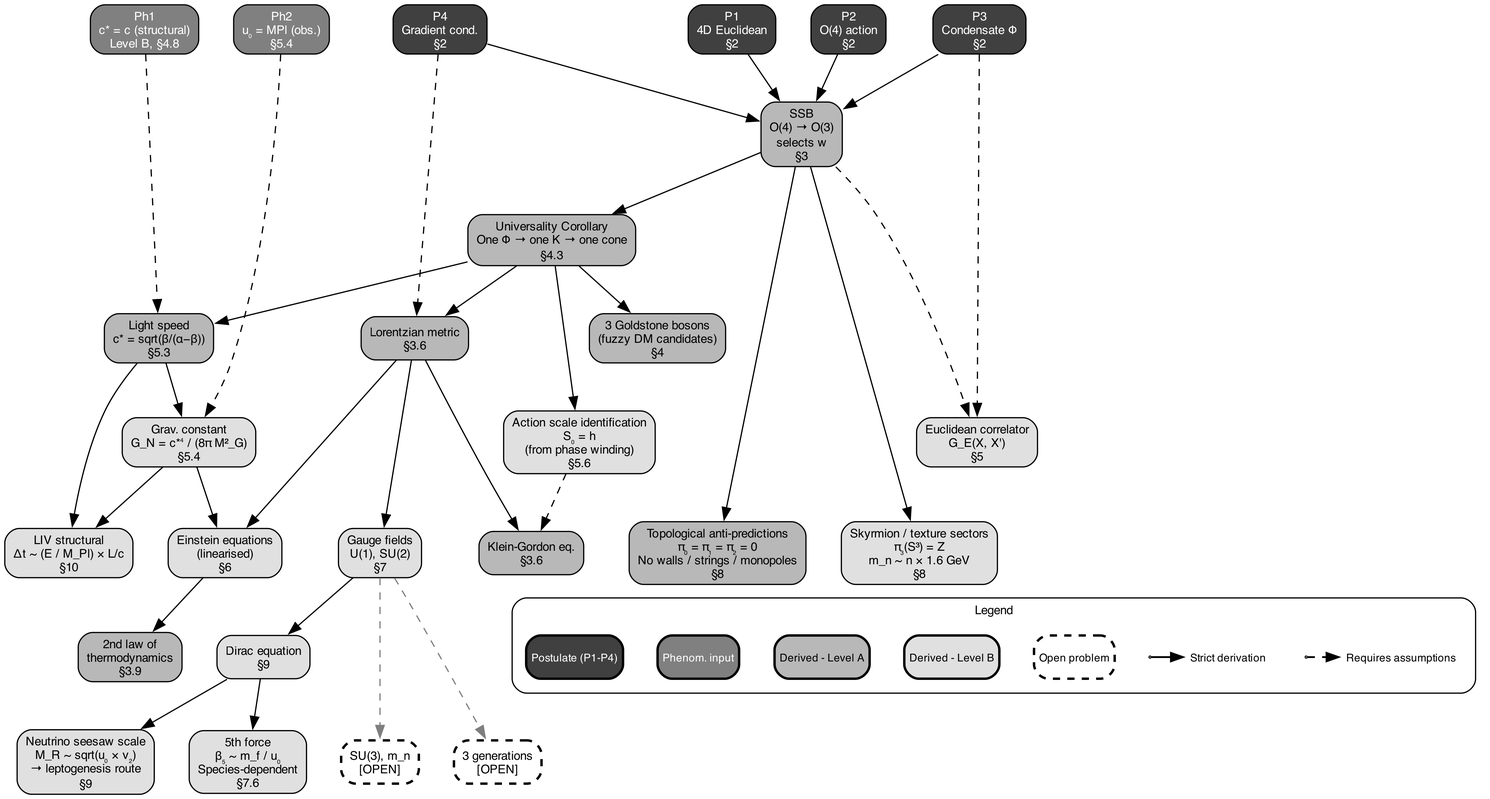
This is figures/fig_partI_derivation_logic.png from chufelo/ECT-preprint-code, a Graphviz export, as it was before one commit. Its source is kept beside it as fig_partI_derivation_logic.gv. The source it was exported from:
```dot
digraph PartI {
  rankdir=TB;
  fontname="Helvetica";
  node [fontname="Helvetica", fontsize=10, shape=box, style="rounded,filled", margin="0.10,0.05"];
  edge [fontname="Helvetica", fontsize=8];
  newrank=true;
  splines=true;
  nodesep=0.40;
  ranksep=0.55;

  node [fillcolor="#404040", fontcolor=white];
  P1 [label="P1\n4D Euclidean\n§2"];
  P2 [label="P2\nO(4) action\n§2"];
  P3 [label="P3\nCondensate Φ\n§2"];
  P4 [label="P4\nGradient cond.\n§2"];

  node [fillcolor="#808080", fontcolor=white];
  Ph2 [label="Ph2\nu₀ = MPl (obs.)\n§5.4"];
  Ph1 [label="Ph1\nc* = c (structural)\nLevel B, §4.8"];

  node [fillcolor="#b8b8b8", fontcolor=black];
  SSB [label="SSB\nO(4) → O(3)\nselects w\n§3"];
  UC [label="Universality Corollary\nOne Φ → one K → one cone\n§4.3"];
  lorentz [label="Lorentzian metric\n§3.6"];
  goldstone [label="3 Goldstone bosons\n(fuzzy DM candidates)\n§4"];
  cstar [label="Light speed\nc* = sqrt(β/(α−β))\n§5.3"];
  KG [label="Klein-Gordon eq.\n§3.6"];
  second_law [label="2nd law of\nthermodynamics\n§3.9"];
  topo_anti [label="Topological anti-predictions\nπ₀ = π₁ = π₂ = 0\nNo walls / strings / monopoles\n§8"];

  node [fillcolor="#e0e0e0", fontcolor=black];
  S0 [label="Action scale identification\nS₀ = h\n(from phase winding)\n§5.6"];
  GE [label="Euclidean correlator\nG_E(X, X')\n§5"];
  GN [label="Grav. constant\nG_N = c*⁴ / (8π M²_G)\n§5.4"];
  gauge [label="Gauge fields\nU(1), SU(2)\n§7"];
  dirac [label="Dirac equation\n§9"];
  einstein [label="Einstein equations\n(linearised)\n§6"];
  fifth [label="5th force\nβ₅ ~ m_f / u₀\nSpecies-dependent\n§7.6"];
  skyrmion [label="Skyrmion / texture sectors\nπ₃(S³) = Z\nm_n ~ n × 1.6 GeV\n§8"];
  LIV [label="LIV structural\nΔt ~ (E / M_Pl) × L/c\n§10"];
  seesaw [label="Neutrino seesaw scale\nM_R ~ sqrt(u₀ × v₂)\n→ leptogenesis route\n§9"];

  node [fillcolor="white", style="rounded,dashed", fontcolor=black, penwidth=2];
  SU3 [label="SU(3), m_n\n[OPEN]"];
  threegen [label="3 generations\n[OPEN]"];

  {rank=same; P1; P2; P3; P4; Ph1; Ph2}
  {rank=same; lorentz; goldstone; cstar}
  {rank=same; S0; GE; GN}
  {rank=same; gauge; KG; einstein}
  {rank=same; dirac; second_law}
  {rank=same; SU3; fifth; threegen; seesaw}
  {rank=same; topo_anti; skyrmion; LIV}

  P1 -> SSB;
  P2 -> SSB;
  P3 -> SSB;
  P4 -> SSB;

  SSB -> UC;
  UC -> lorentz;
  UC -> goldstone;
  UC -> cstar;
  UC -> S0;

  lorentz -> KG;
  lorentz -> gauge;
  lorentz -> einstein;

  cstar -> GN;
  GN -> einstein;

  SSB -> topo_anti;
  SSB -> skyrmion;

  gauge -> dirac;
  dirac -> fifth;
  dirac -> seesaw;

  einstein -> second_law;

  cstar -> LIV;
  GN -> LIV;

  Ph1 -> cstar [style=dashed];
  Ph2 -> GN [style=dashed];
  P3 -> GE [style=dashed];
  P4 -> lorentz [style=dashed];

  SSB -> GE [style=dashed];
  S0 -> KG [style=dashed];

  gauge -> SU3 [style=dashed, color=gray50];
  gauge -> threegen [style=dashed, color=gray50];

  subgraph cluster_legend {
    label="Legend";
    fontname="Helvetica";
    fontsize=10;
    style=rounded;
    color=black;
    penwidth=1;
    margin="12";

    node [shape=box, fontsize=9, margin="0.06,0.03"];

    leg_p [label="Postulate (P1-P4)", fillcolor="#404040", fontcolor=white, style="rounded,filled"];
    leg_ph [label="Phenom. input", fillcolor="#808080", fontcolor=white, style="rounded,filled"];
    leg_a [label="Derived - Level A", fillcolor="#b8b8b8", style="rounded,filled"];
    leg_b [label="Derived - Level B", fillcolor="#e0e0e0", style="rounded,filled"];
    leg_o [label="Open problem", fillcolor="white", style="rounded,dashed", penwidth=2];

    node [shape=point, width=0.01, fillcolor=black, style=filled];
    arr_s_from [label=""];
    arr_d_from [label=""];

    node [shape=plaintext, fillcolor=white, style="", fontsize=9];
    arr_s_to [label="Strict derivation"];
    arr_d_to [label="Requires assumptions"];

    leg_p -> leg_ph [style=invis];
    leg_ph -> leg_a [style=invis];
    leg_a -> leg_b [style=invis];
    leg_b -> leg_o [style=invis];
    leg_o -> arr_s_from [style=invis];
    arr_s_from -> arr_s_to [penwidth=1.5];
    arr_s_to -> arr_d_from [style=invis];
    arr_d_from -> arr_d_to [style=dashed, penwidth=1.5];
    {rank=same; leg_p; leg_ph; leg_a; leg_b; leg_o; arr_s_from; arr_s_to; arr_d_from; arr_d_to}
  }
  topo_anti -> leg_a [style=invis];
}
```
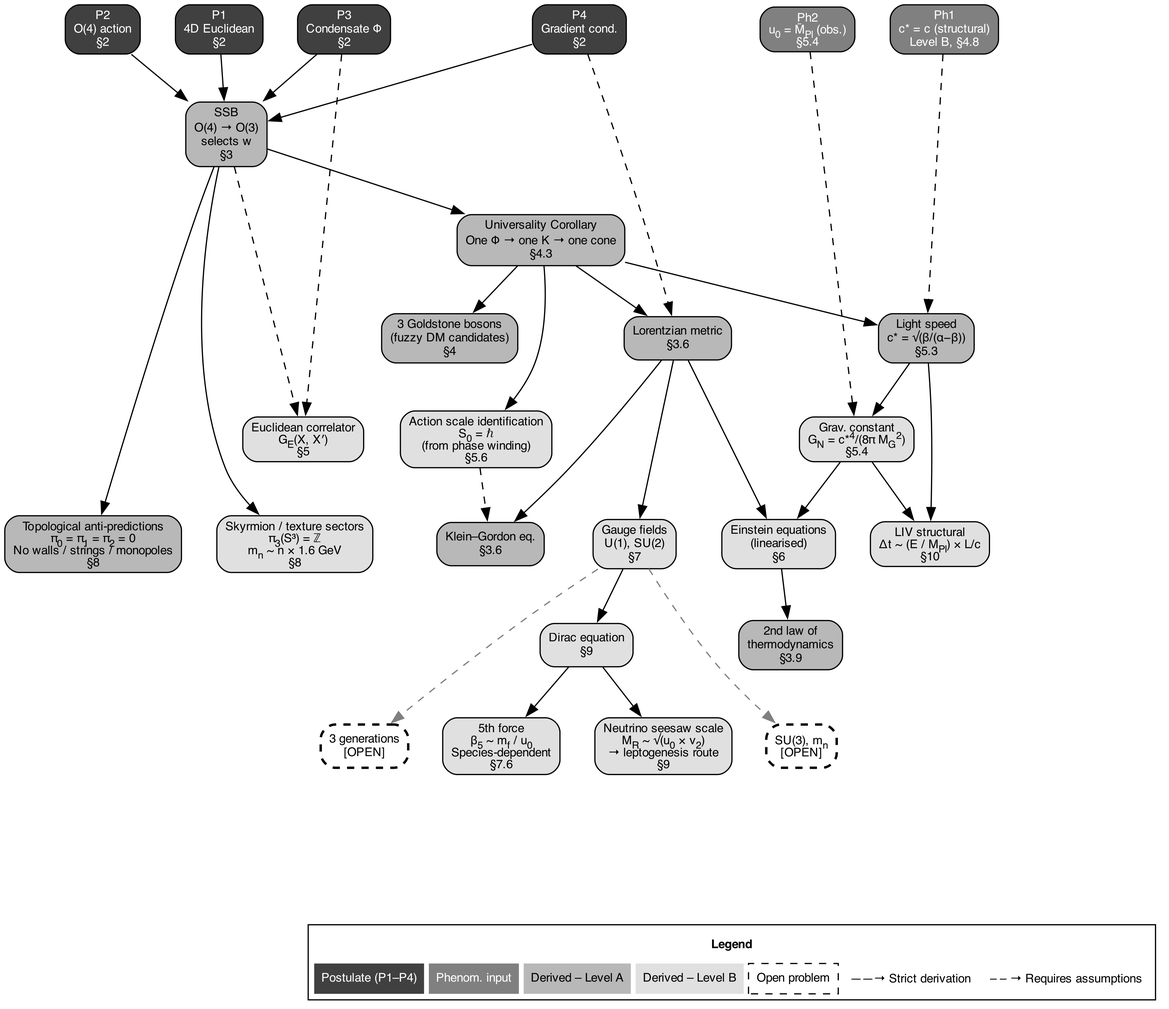
After the commit.

Commit message:
Both derivation logic figures: HTML labels for proper subscripts, legend at bottom

Change to the diagram source:
```diff
@@ -9,40 +9,40 @@
   ranksep=0.55;
 
   node [fillcolor="#404040", fontcolor=white];
-  P1 [label="P1\n4D Euclidean\n§2"];
-  P2 [label="P2\nO(4) action\n§2"];
-  P3 [label="P3\nCondensate Φ\n§2"];
-  P4 [label="P4\nGradient cond.\n§2"];
+  P1 [label=<P1<BR/>4D Euclidean<BR/>§2>];
+  P2 [label=<P2<BR/>O(4) action<BR/>§2>];
+  P3 [label=<P3<BR/>Condensate Φ<BR/>§2>];
+  P4 [label=<P4<BR/>Gradient cond.<BR/>§2>];
 
   node [fillcolor="#808080", fontcolor=white];
-  Ph2 [label="Ph2\nu₀ = MPl (obs.)\n§5.4"];
-  Ph1 [label="Ph1\nc* = c (structural)\nLevel B, §4.8"];
+  Ph2 [label=<Ph2<BR/>u<SUB>0</SUB> = M̄<SUB>Pl</SUB> (obs.)<BR/>§5.4>];
+  Ph1 [label=<Ph1<BR/>c* = c (structural)<BR/>Level B, §4.8>];
 
   node [fillcolor="#b8b8b8", fontcolor=black];
-  SSB [label="SSB\nO(4) → O(3)\nselects w\n§3"];
-  UC [label="Universality Corollary\nOne Φ → one K → one cone\n§4.3"];
-  lorentz [label="Lorentzian metric\n§3.6"];
-  goldstone [label="3 Goldstone bosons\n(fuzzy DM candidates)\n§4"];
-  cstar [label="Light speed\nc* = sqrt(β/(α−β))\n§5.3"];
-  KG [label="Klein-Gordon eq.\n§3.6"];
-  second_law [label="2nd law of\nthermodynamics\n§3.9"];
-  topo_anti [label="Topological anti-predictions\nπ₀ = π₁ = π₂ = 0\nNo walls / strings / monopoles\n§8"];
+  SSB [label=<SSB<BR/>O(4) → O(3)<BR/>selects w<BR/>§3>];
+  UC [label=<Universality Corollary<BR/>One Φ → one K → one cone<BR/>§4.3>];
+  lorentz [label=<Lorentzian metric<BR/>§3.6>];
+  goldstone [label=<3 Goldstone bosons<BR/>(fuzzy DM candidates)<BR/>§4>];
+  cstar [label=<Light speed<BR/>c* = √(β/(α−β))<BR/>§5.3>];
+  KG [label=<Klein–Gordon eq.<BR/>§3.6>];
+  second_law [label=<2nd law of<BR/>thermodynamics<BR/>§3.9>];
+  topo_anti [label=<Topological anti-predictions<BR/>π<SUB>0</SUB> = π<SUB>1</SUB> = π<SUB>2</SUB> = 0<BR/>No walls / strings / monopoles<BR/>§8>];
 
   node [fillcolor="#e0e0e0", fontcolor=black];
-  S0 [label="Action scale identification\nS₀ = h\n(from phase winding)\n§5.6"];
-  GE [label="Euclidean correlator\nG_E(X, X')\n§5"];
-  GN [label="Grav. constant\nG_N = c*⁴ / (8π M²_G)\n§5.4"];
-  gauge [label="Gauge fields\nU(1), SU(2)\n§7"];
-  dirac [label="Dirac equation\n§9"];
-  einstein [label="Einstein equations\n(linearised)\n§6"];
-  fifth [label="5th force\nβ₅ ~ m_f / u₀\nSpecies-dependent\n§7.6"];
-  skyrmion [label="Skyrmion / texture sectors\nπ₃(S³) = Z\nm_n ~ n × 1.6 GeV\n§8"];
-  LIV [label="LIV structural\nΔt ~ (E / M_Pl) × L/c\n§10"];
-  seesaw [label="Neutrino seesaw scale\nM_R ~ sqrt(u₀ × v₂)\n→ leptogenesis route\n§9"];
+  S0 [label=<Action scale identification<BR/>S<SUB>0</SUB> = ℏ<BR/>(from phase winding)<BR/>§5.6>];
+  GE [label=<Euclidean correlator<BR/>G<SUB>E</SUB>(X, X′)<BR/>§5>];
+  GN [label=<Grav. constant<BR/>G<SUB>N</SUB> = c*<SUP>4</SUP>/(8π M<SUB>G</SUB><SUP>2</SUP>)<BR/>§5.4>];
+  gauge [label=<Gauge fields<BR/>U(1), SU(2)<BR/>§7>];
+  dirac [label=<Dirac equation<BR/>§9>];
+  einstein [label=<Einstein equations<BR/>(linearised)<BR/>§6>];
+  fifth [label=<5th force<BR/>β<SUB>5</SUB> ~ m<SUB>f</SUB> / u<SUB>0</SUB><BR/>Species-dependent<BR/>§7.6>];
+  skyrmion [label=<Skyrmion / texture sectors<BR/>π<SUB>3</SUB>(S³) = ℤ<BR/>m<SUB>n</SUB> ~ n × 1.6 GeV<BR/>§8>];
+  LIV [label=<LIV structural<BR/>Δt ~ (E / M<SUB>Pl</SUB>) × L/c<BR/>§10>];
+  seesaw [label=<Neutrino seesaw scale<BR/>M<SUB>R</SUB> ~ √(u<SUB>0</SUB> × v<SUB>2</SUB>)<BR/>→ leptogenesis route<BR/>§9>];
 
   node [fillcolor="white", style="rounded,dashed", fontcolor=black, penwidth=2];
-  SU3 [label="SU(3), m_n\n[OPEN]"];
-  threegen [label="3 generations\n[OPEN]"];
+  SU3 [label=<SU(3), m<SUB>n</SUB><BR/>[OPEN]>];
+  threegen [label=<3 generations<BR/>[OPEN]>];
 
   {rank=same; P1; P2; P3; P4; Ph1; Ph2}
   {rank=same; lorentz; goldstone; cstar}
@@ -52,81 +52,51 @@
   {rank=same; SU3; fifth; threegen; seesaw}
   {rank=same; topo_anti; skyrmion; LIV}
 
-  P1 -> SSB;
-  P2 -> SSB;
-  P3 -> SSB;
-  P4 -> SSB;
-
+  P1 -> SSB; P2 -> SSB; P3 -> SSB; P4 -> SSB;
   SSB -> UC;
-  UC -> lorentz;
-  UC -> goldstone;
-  UC -> cstar;
-  UC -> S0;
-
-  lorentz -> KG;
-  lorentz -> gauge;
-  lorentz -> einstein;
-
-  cstar -> GN;
-  GN -> einstein;
-
-  SSB -> topo_anti;
-  SSB -> skyrmion;
-
+  UC -> lorentz; UC -> goldstone; UC -> cstar; UC -> S0;
+  lorentz -> KG; lorentz -> gauge; lorentz -> einstein;
+  cstar -> GN; GN -> einstein;
+  SSB -> topo_anti; SSB -> skyrmion;
   gauge -> dirac;
-  dirac -> fifth;
-  dirac -> seesaw;
-
+  dirac -> fifth; dirac -> seesaw;
   einstein -> second_law;
-
-  cstar -> LIV;
-  GN -> LIV;
+  cstar -> LIV; GN -> LIV;
 
   Ph1 -> cstar [style=dashed];
   Ph2 -> GN [style=dashed];
   P3 -> GE [style=dashed];
   P4 -> lorentz [style=dashed];
-
   SSB -> GE [style=dashed];
   S0 -> KG [style=dashed];
-
   gauge -> SU3 [style=dashed, color=gray50];
   gauge -> threegen [style=dashed, color=gray50];
 
-  subgraph cluster_legend {
-    label="Legend";
-    fontname="Helvetica";
-    fontsize=10;
-    style=rounded;
-    color=black;
-    penwidth=1;
-    margin="12";
+  node [shape=point, width=0, style=invis];
+  spacer1 [label=""];
+  spacer2 [label=""];
+  topo_anti -> spacer1 [style=invis];
+  seesaw -> spacer1 [style=invis];
+  LIV -> spacer1 [style=invis];
+  SU3 -> spacer1 [style=invis];
+  spacer1 -> spacer2 [style=invis];
 
-    node [shape=box, fontsize=9, margin="0.06,0.03"];
-
-    leg_p [label="Postulate (P1-P4)", fillcolor="#404040", fontcolor=white, style="rounded,filled"];
-    leg_ph [label="Phenom. input", fillcolor="#808080", fontcolor=white, style="rounded,filled"];
-    leg_a [label="Derived - Level A", fillcolor="#b8b8b8", style="rounded,filled"];
-    leg_b [label="Derived - Level B", fillcolor="#e0e0e0", style="rounded,filled"];
-    leg_o [label="Open problem", fillcolor="white", style="rounded,dashed", penwidth=2];
-
-    node [shape=point, width=0.01, fillcolor=black, style=filled];
-    arr_s_from [label=""];
-    arr_d_from [label=""];
-
-    node [shape=plaintext, fillcolor=white, style="", fontsize=9];
-    arr_s_to [label="Strict derivation"];
-    arr_d_to [label="Requires assumptions"];
-
-    leg_p -> leg_ph [style=invis];
-    leg_ph -> leg_a [style=invis];
-    leg_a -> leg_b [style=invis];
-    leg_b -> leg_o [style=invis];
-    leg_o -> arr_s_from [style=invis];
-    arr_s_from -> arr_s_to [penwidth=1.5];
-    arr_s_to -> arr_d_from [style=invis];
-    arr_d_from -> arr_d_to [style=dashed, penwidth=1.5];
-    {rank=same; leg_p; leg_ph; leg_a; leg_b; leg_o; arr_s_from; arr_s_to; arr_d_from; arr_d_to}
-  }
-  topo_anti -> leg_a [style=invis];
+  node [shape=plaintext, style="", fillcolor=white];
+  legend [label=<
+    <TABLE BORDER="1" CELLBORDER="0" CELLSPACING="4" CELLPADDING="6" COLOR="black">
+      <TR>
+        <TD COLSPAN="7"><B>Legend</B></TD>
+      </TR>
+      <TR>
+        <TD BGCOLOR="#404040"><FONT COLOR="white">Postulate (P1–P4)</FONT></TD>
+        <TD BGCOLOR="#808080"><FONT COLOR="white">Phenom. input</FONT></TD>
+        <TD BGCOLOR="#b8b8b8">Derived – Level A</TD>
+        <TD BGCOLOR="#e0e0e0">Derived – Level B</TD>
+        <TD BORDER="1" STYLE="DASHED">Open problem</TD>
+        <TD>——→ Strict derivation</TD>
+        <TD>– – → Requires assumptions</TD>
+      </TR>
+    </TABLE>
+  >];
+  spacer2 -> legend [style=invis];
 }
```
